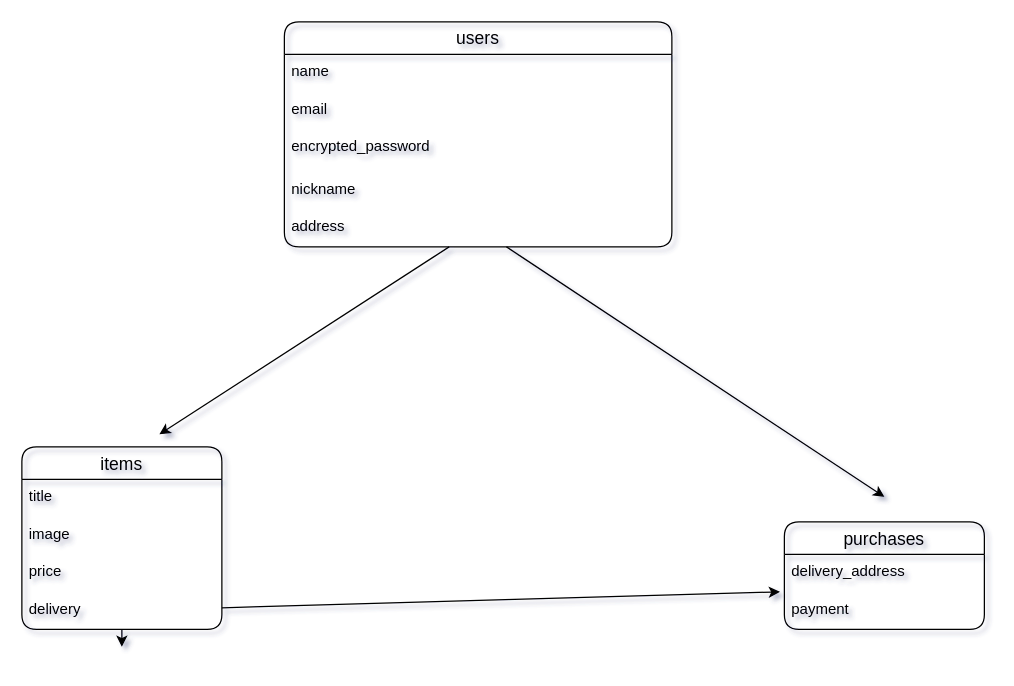
Earlier version of the draw.io diagram furima.dio (suzukazu696969/furima-38767). Source tidied: cells renumbered, new cells numbered last; positions are measured from the earlier drawing's top-left corner, leaving out a move shared by most shapes. Both pictures are drawn from the tidied source at 125%, with x=0, y=0 at pixel (21, 21).
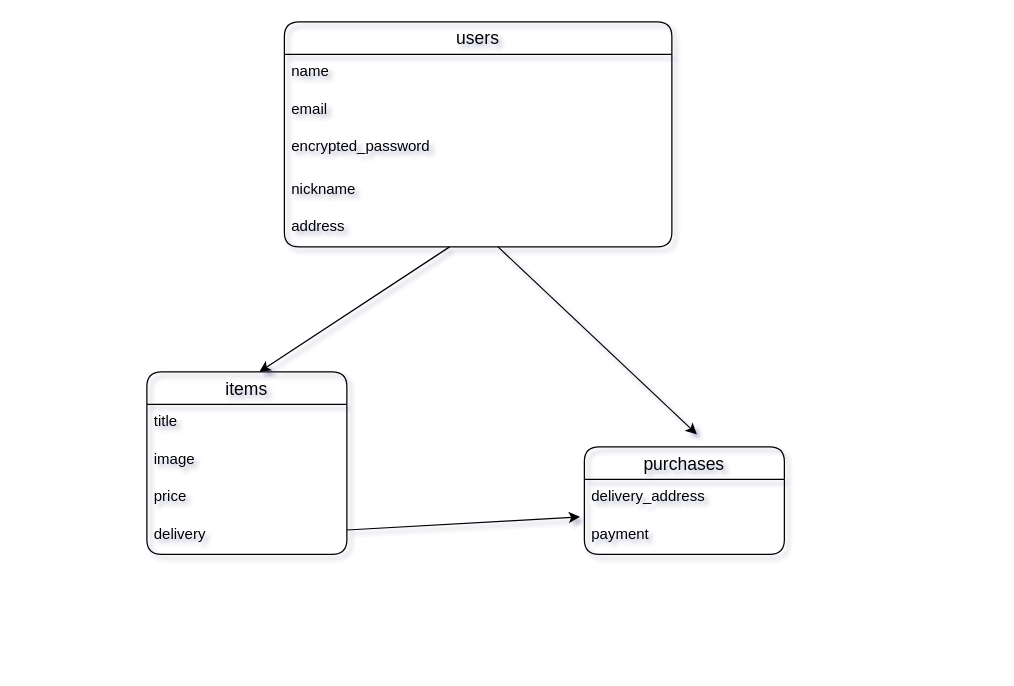
Above is the later version.

Unchanged cells that the change refers to:
```xml
<mxCell id="8" value="address" style="text;strokeColor=none;fillColor=none;spacingLeft=4;spacingRight=4;overflow=hidden;points=[[0,0.5],[1,0.5]];portConstraint=eastwest;fontSize=12;rounded=1;fontColor=default;" parent="2" vertex="1">
  <mxGeometry y="150" width="310" height="30" as="geometry" />
</mxCell>
```

The edit, as a diff of the source:
```diff
@@
-    <mxCell id="9" style="edgeStyle=none;html=1;fontColor=default;" parent="1" edge="1" source="10">
-      <mxGeometry relative="1" as="geometry">
-        <mxPoint x="80" y="500" as="targetPoint" />
-      </mxGeometry>
-    </mxCell>
     <mxCell id="10" value="items" style="swimlane;fontStyle=0;horizontal=1;startSize=26;align=center;fontSize=14;rounded=1;fillColor=none;gradientColor=#ffffff;" parent="1" vertex="1">
-      <mxGeometry y="340" width="160" height="146" as="geometry" />
+      <mxGeometry x="100" y="280" width="160" height="146" as="geometry" />
     </mxCell>
@@
     <mxCell id="15" value="purchases" style="swimlane;fontStyle=0;horizontal=1;startSize=26;align=center;fontSize=14;rounded=1;fillColor=none;gradientColor=#ffffff;" parent="1" vertex="1">
-      <mxGeometry x="610" y="400" width="160" height="86" as="geometry" />
+      <mxGeometry x="450" y="340" width="160" height="86" as="geometry" />
     </mxCell>
@@
-    <mxCell id="17" value="payment" style="text;strokeColor=none;fillColor=none;spacingLeft=4;spacingRight=4;overflow=hidden;points=[[0,0.5],[1,0.5]];portConstraint=eastwest;fontSize=12;rounded=1;" parent="15" vertex="1">
+    <mxCell id="17" value="payment" style="text;strokeColor=none;fillColor=none;spacingLeft=4;spacingRight=4;overflow=hidden;points=[[0,0.5],[1,0.5]];portConstraint=eastwest;fontSize=12;rounded=1;labelBorderColor=none;" parent="15" vertex="1">
       <mxGeometry y="56" width="160" height="30" as="geometry" />
     </mxCell>
@@
     <mxCell id="19" style="edgeStyle=none;html=1;fontColor=default;" parent="1" edge="1" source="8">
       <mxGeometry relative="1" as="geometry">
-        <mxPoint x="110" y="330" as="targetPoint" />
+        <mxPoint x="190" y="280" as="targetPoint" />
       </mxGeometry>
     </mxCell>
     <mxCell id="20" style="edgeStyle=none;html=1;fontColor=default;" parent="1" edge="1" source="8">
       <mxGeometry relative="1" as="geometry">
-        <mxPoint x="690" y="380" as="targetPoint" />
+        <mxPoint x="540" y="330" as="targetPoint" />
       </mxGeometry>
     </mxCell>
```
